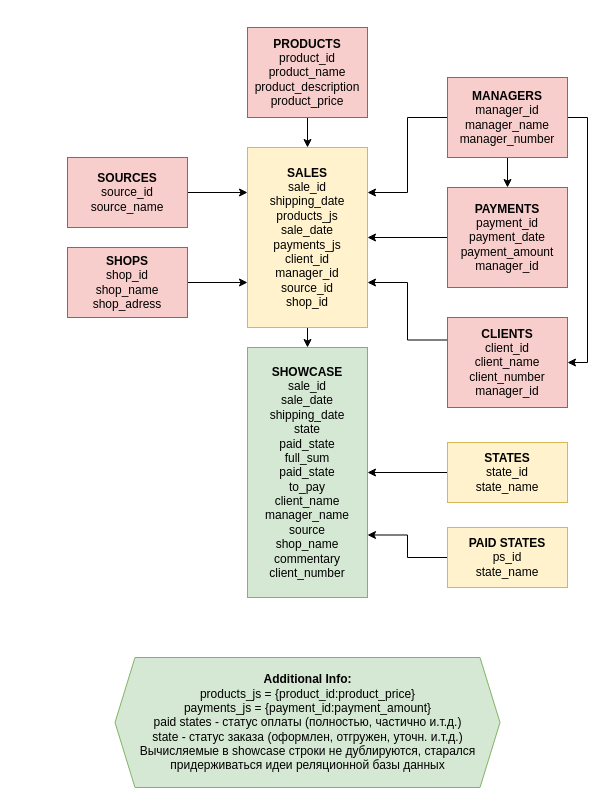
Above: Netology/ABD-28/H3/Untitled Diagram.drawio in BaakhOfficial/Homework_and_Links (draw.io), before the change. Source tidied: cells renumbered, new cells numbered last; positions are measured from the earlier drawing's top-left corner, leaving out a move shared by most shapes. Both pictures are drawn from the tidied source at 100%, with x=0, y=0 at pixel (67, 27).
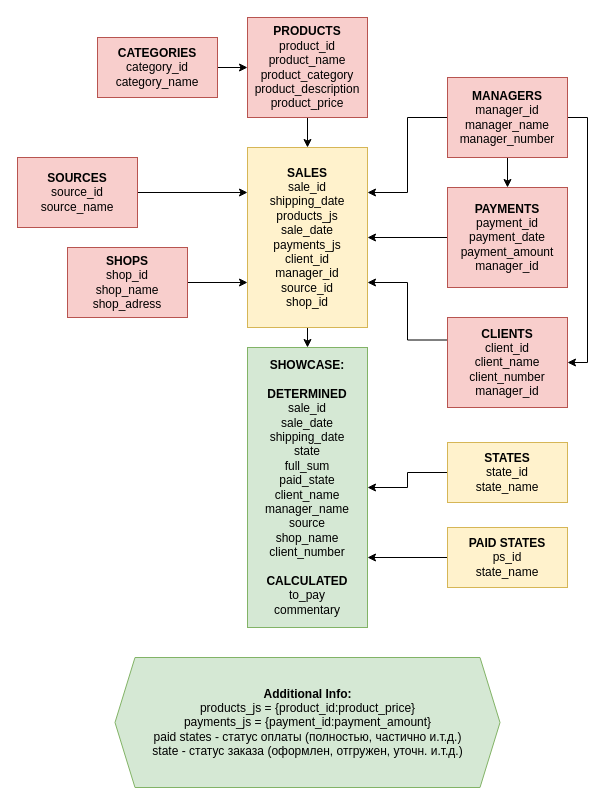
The same diagram, later.

The edit, as a diff of the source:
```diff
@@
-    <mxCell id="2" value="&lt;b&gt;SHOWCASE&lt;br&gt;&lt;/b&gt;sale_id&lt;br&gt;sale_date&lt;br&gt;shipping_date&lt;br&gt;state&lt;br&gt;paid_state&lt;br&gt;full_sum&lt;br&gt;paid_state&lt;br&gt;to_pay&lt;br&gt;client_name&lt;br&gt;manager_name&lt;br&gt;source&lt;br&gt;shop_name&lt;br&gt;commentary&lt;br&gt;client_number" style="rounded=0;whiteSpace=wrap;html=1;fillColor=#d5e8d4;strokeColor=#82b366;" parent="1" vertex="1">
-      <mxGeometry x="180" y="320" width="120" height="250" as="geometry" />
+    <mxCell id="2" value="&lt;b&gt;SHOWCASE:&lt;br&gt;&lt;br&gt;DETERMINED&lt;br&gt;&lt;/b&gt;sale_id&lt;br&gt;sale_date&lt;br&gt;shipping_date&lt;br&gt;state&lt;br&gt;full_sum&lt;br&gt;paid_state&lt;br&gt;client_name&lt;br style=&quot;border-color: var(--darkreader-border--border-color); --darkreader-inline-border:var(--darkreader-border--darkreader-border--border-color);&quot;&gt;manager_name&lt;br style=&quot;border-color: var(--darkreader-border--border-color); --darkreader-inline-border:var(--darkreader-border--darkreader-border--border-color);&quot;&gt;source&lt;br style=&quot;border-color: var(--darkreader-border--border-color); --darkreader-inline-border:var(--darkreader-border--darkreader-border--border-color);&quot;&gt;shop_name&lt;br&gt;client_number&lt;br&gt;&lt;br&gt;&lt;b&gt;CALCULATED&lt;/b&gt;&lt;br&gt;to_pay&lt;br&gt;commentary" style="rounded=0;whiteSpace=wrap;html=1;fillColor=#d5e8d4;strokeColor=#82b366;" parent="1" vertex="1">
+      <mxGeometry x="180" y="320" width="120" height="280" as="geometry" />
     </mxCell>
@@
-    <mxCell id="6" value="&lt;b&gt;PRODUCTS&lt;/b&gt;&lt;br&gt;product_id&lt;br&gt;product_name&lt;br&gt;product_description&lt;br&gt;product_price" style="whiteSpace=wrap;html=1;fillColor=#f8cecc;strokeColor=#b85450;" parent="1" vertex="1">
-      <mxGeometry x="180" width="120" height="90" as="geometry" />
+    <mxCell id="6" value="&lt;b&gt;PRODUCTS&lt;/b&gt;&lt;br&gt;product_id&lt;br&gt;product_name&lt;br&gt;product_category&lt;br&gt;product_description&lt;br&gt;product_price" style="whiteSpace=wrap;html=1;fillColor=#f8cecc;strokeColor=#b85450;" parent="1" vertex="1">
+      <mxGeometry x="180" y="-10" width="120" height="100" as="geometry" />
     </mxCell>
@@
     <mxCell id="14" value="&lt;b&gt;SOURCES&lt;/b&gt;&lt;br&gt;source_id&lt;br&gt;source_name" style="whiteSpace=wrap;html=1;fillColor=#f8cecc;strokeColor=#b85450;" parent="1" vertex="1">
-      <mxGeometry y="130" width="120" height="70" as="geometry" />
+      <mxGeometry x="-50" y="130" width="120" height="70" as="geometry" />
     </mxCell>
@@
-    <mxCell id="19" value="&lt;b style=&quot;border-color: var(--darkreader-border--border-color); --darkreader-inline-border:var(--darkreader-border--darkreader-border--border-color);&quot;&gt;Additional Info:&lt;/b&gt;&lt;br style=&quot;border-color: var(--darkreader-border--border-color); --darkreader-inline-border:var(--darkreader-border--darkreader-border--border-color);&quot;&gt;products_js = {product_id:product_price}&lt;br style=&quot;border-color: var(--darkreader-border--border-color); --darkreader-inline-border:var(--darkreader-border--darkreader-border--border-color);&quot;&gt;&lt;span style=&quot;&quot;&gt;payments_js = {payment_id:payment_amount}&lt;br&gt;paid states - статус оплаты (полностью, частично и.т.д.)&lt;br&gt;state - статус заказа (оформлен, отгружен, уточн. и.т.д.)&lt;br&gt;Вычисляемые в showcase строки не дублируются, старался придерживаться идеи реляционной базы данных&lt;br&gt;&lt;/span&gt;" style="shape=hexagon;perimeter=hexagonPerimeter2;whiteSpace=wrap;html=1;fixedSize=1;fillColor=#d5e8d4;strokeColor=#82b366;" parent="1" vertex="1">
+    <mxCell id="19" value="&lt;b style=&quot;border-color: var(--darkreader-border--border-color); --darkreader-inline-border:var(--darkreader-border--darkreader-border--border-color);&quot;&gt;Additional Info:&lt;/b&gt;&lt;br style=&quot;border-color: var(--darkreader-border--border-color); --darkreader-inline-border:var(--darkreader-border--darkreader-border--border-color);&quot;&gt;products_js = {product_id:product_price}&lt;br style=&quot;border-color: var(--darkreader-border--border-color); --darkreader-inline-border:var(--darkreader-border--darkreader-border--border-color);&quot;&gt;&lt;span style=&quot;&quot;&gt;payments_js = {payment_id:payment_amount}&lt;br&gt;paid states - статус оплаты (полностью, частично и.т.д.)&lt;br&gt;state - статус заказа (оформлен, отгружен, уточн. и.т.д.)&lt;br&gt;&lt;/span&gt;" style="shape=hexagon;perimeter=hexagonPerimeter2;whiteSpace=wrap;html=1;fixedSize=1;fillColor=#d5e8d4;strokeColor=#82b366;" parent="1" vertex="1">
       <mxGeometry x="47.5" y="630" width="385" height="130" as="geometry" />
     </mxCell>
@@
+    <mxCell id="24" style="edgeStyle=orthogonalEdgeStyle;rounded=0;jettySize=auto;html=1;" parent="1" edge="1" source="25" target="6">
+      <mxGeometry relative="1" as="geometry" />
+    </mxCell>
+    <mxCell id="25" value="&lt;b&gt;CATEGORIES&lt;/b&gt;&lt;br&gt;category_id&lt;br&gt;category_name" style="rounded=0;whiteSpace=wrap;html=1;fillColor=#f8cecc;strokeColor=#b85450;" parent="1" vertex="1">
+      <mxGeometry x="30" y="10" width="120" height="60" as="geometry" />
+    </mxCell>
```
